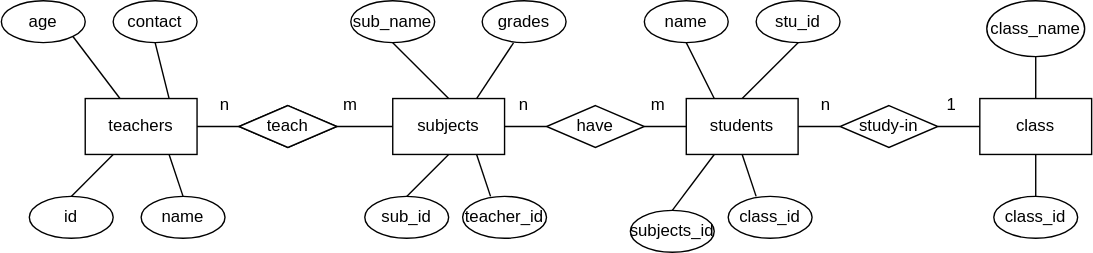
This is Lab1/ERD.drawio.svg from Burton0703/Database-Labs, a draw.io export, as it was before one commit. Source tidied: cells renumbered, new cells last; positions are measured from the earlier drawing's top-left corner, leaving out a move shared by most shapes.
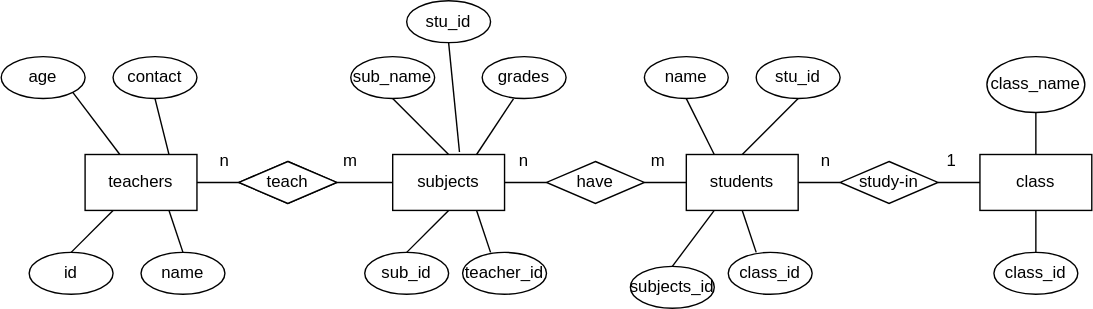
Later version of the same file.

Diff of the diagram source:
```diff
@@ -155,5 +155,11 @@
     <mxCell id="50" value="subjects_id" style="ellipse;whiteSpace=wrap;html=1;" parent="1" vertex="1">
       <mxGeometry x="450" y="150" width="60" height="30" as="geometry" />
     </mxCell>
+    <mxCell id="51" style="endArrow=none;html=1;rounded=0;entryX=0.597;entryY=-0.045;entryDx=0;entryDy=0;entryPerimeter=0;exitX=0.5;exitY=1;exitDx=0;exitDy=0;" parent="1" edge="1" source="52" target="3">
+      <mxGeometry relative="1" as="geometry" />
+    </mxCell>
+    <mxCell id="52" value="stu_id" style="ellipse;whiteSpace=wrap;html=1;" parent="1" vertex="1">
+      <mxGeometry x="290" y="-40" width="60" height="30" as="geometry" />
+    </mxCell>
   </root>
 </mxGraphModel>
```
